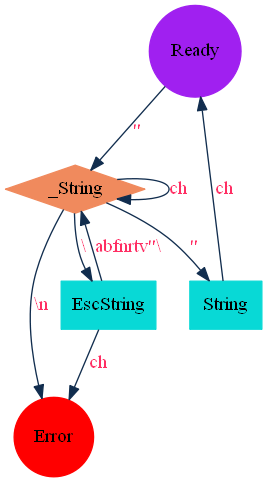
This is docs/compiler/asset/png/string.png from Echomem/Lett, a Graphviz export, as it was before one commit. Its source is kept beside it as docs/compiler/asset/dot/string.dot.
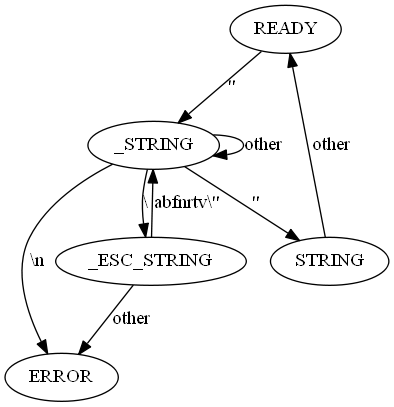
Later version of the same file.

The edit, as a diff of the source:
```diff
@@ -1,16 +1,18 @@
-digraph LexcialString{
-    Ready       [shape=circle,    fontcolor=black, fillcolor=purple,      style=filled, color=purple];
-    Error       [shape=circle,    fontcolor=black, fillcolor=red,         style=filled, color=red   ];
-    _String     [shape=diamond,   fontcolor=black, fillcolor="#f08a5d",   style=filled, color="#f08a5d"];
-    String      [shape=box,       fontcolor=black, fillcolor="#08d9d6",   style=filled, color="#08d9d6"];
-    EscString   [shape=box,       fontcolor=black, fillcolor="#08d9d6",   style=filled, color="#08d9d6"];
+digraph LexerString {
+    READY;
+    ERROR;
+    STRING;
+    _STRING;
+    _ESC_STRING;
 
-    Ready               -> _String               [label="\"",             color="#112d4e", fontcolor="#ff2e63"];
-    _String             -> Error                 [label="\\n",            color="#112d4e", fontcolor="#ff2e63"];
-    _String             -> EscString             [label="\\",             color="#112d4e", fontcolor="#ff2e63"];
-    _String             -> String                [label="\"",             color="#112d4e", fontcolor="#ff2e63"];
-    _String             -> _String               [label="ch",             color="#112d4e", fontcolor="#ff2e63"];
-    String              -> Ready                 [label="ch",             color="#112d4e", fontcolor="#ff2e63"];
-    EscString           -> _String               [label="abfnrtv\"\\",    color="#112d4e", fontcolor="#ff2e63"];
-    EscString           -> Error                 [label="ch",             color="#112d4e", fontcolor="#ff2e63"];
+    READY       ->  _STRING     [label="\""];
+    _STRING     ->  _ESC_STRING [label="\\"];
+    _STRING     ->  STRING      [label="\""];
+    _STRING     ->  ERROR       [label="\\n"];
+    _STRING     ->  _STRING     [label="other"];
+
+    _ESC_STRING ->  _STRING     [label="abfnrtv\\\""];
+    _ESC_STRING ->  ERROR       [label="other"];
+
+    STRING      ->  READY       [label="other"];
 }
```
